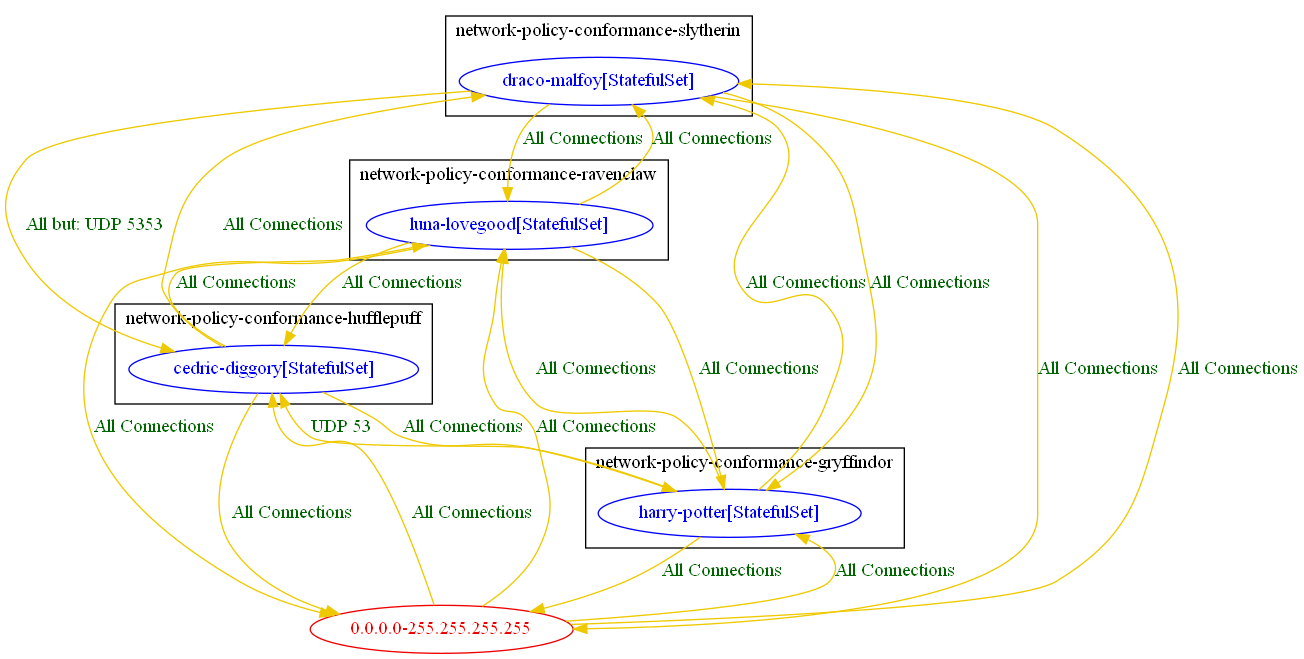
The Graphviz diagram test_outputs/connlist/anp_test_6_connlist_output.dot.png in np-guard/netpol-analyzer, before a commit. Its source is kept beside it as test_outputs/connlist/anp_test_6_connlist_output.dot. Its diagram source:
```dot
digraph {
	subgraph cluster_network_policy_conformance_gryffindor {
		"network-policy-conformance-gryffindor/harry-potter[StatefulSet]" [label="harry-potter[StatefulSet]" color="blue" fontcolor="blue"]
		label="network-policy-conformance-gryffindor"
	}
	subgraph cluster_network_policy_conformance_hufflepuff {
		"network-policy-conformance-hufflepuff/cedric-diggory[StatefulSet]" [label="cedric-diggory[StatefulSet]" color="blue" fontcolor="blue"]
		label="network-policy-conformance-hufflepuff"
	}
	subgraph cluster_network_policy_conformance_ravenclaw {
		"network-policy-conformance-ravenclaw/luna-lovegood[StatefulSet]" [label="luna-lovegood[StatefulSet]" color="blue" fontcolor="blue"]
		label="network-policy-conformance-ravenclaw"
	}
	subgraph cluster_network_policy_conformance_slytherin {
		"network-policy-conformance-slytherin/draco-malfoy[StatefulSet]" [label="draco-malfoy[StatefulSet]" color="blue" fontcolor="blue"]
		label="network-policy-conformance-slytherin"
	}
	"0.0.0.0-255.255.255.255" [label="0.0.0.0-255.255.255.255" color="red2" fontcolor="red2"]
	"0.0.0.0-255.255.255.255" -> "network-policy-conformance-gryffindor/harry-potter[StatefulSet]" [label="All Connections" color="gold2" fontcolor="darkgreen" weight=0.5]
	"0.0.0.0-255.255.255.255" -> "network-policy-conformance-hufflepuff/cedric-diggory[StatefulSet]" [label="All Connections" color="gold2" fontcolor="darkgreen" weight=0.5]
	"0.0.0.0-255.255.255.255" -> "network-policy-conformance-ravenclaw/luna-lovegood[StatefulSet]" [label="All Connections" color="gold2" fontcolor="darkgreen" weight=0.5]
	"0.0.0.0-255.255.255.255" -> "network-policy-conformance-slytherin/draco-malfoy[StatefulSet]" [label="All Connections" color="gold2" fontcolor="darkgreen" weight=0.5]
	"network-policy-conformance-gryffindor/harry-potter[StatefulSet]" -> "0.0.0.0-255.255.255.255" [label="All Connections" color="gold2" fontcolor="darkgreen" weight=1]
	"network-policy-conformance-gryffindor/harry-potter[StatefulSet]" -> "network-policy-conformance-hufflepuff/cedric-diggory[StatefulSet]" [label="UDP 53" color="gold2" fontcolor="darkgreen" weight=0.5]
	"network-policy-conformance-gryffindor/harry-potter[StatefulSet]" -> "network-policy-conformance-ravenclaw/luna-lovegood[StatefulSet]" [label="All Connections" color="gold2" fontcolor="darkgreen" weight=0.5]
	"network-policy-conformance-gryffindor/harry-potter[StatefulSet]" -> "network-policy-conformance-slytherin/draco-malfoy[StatefulSet]" [label="All Connections" color="gold2" fontcolor="darkgreen" weight=0.5]
	"network-policy-conformance-hufflepuff/cedric-diggory[StatefulSet]" -> "0.0.0.0-255.255.255.255" [label="All Connections" color="gold2" fontcolor="darkgreen" weight=1]
	"network-policy-conformance-hufflepuff/cedric-diggory[StatefulSet]" -> "network-policy-conformance-gryffindor/harry-potter[StatefulSet]" [label="All Connections" color="gold2" fontcolor="darkgreen" weight=1]
	"network-policy-conformance-hufflepuff/cedric-diggory[StatefulSet]" -> "network-policy-conformance-ravenclaw/luna-lovegood[StatefulSet]" [label="All Connections" color="gold2" fontcolor="darkgreen" weight=0.5]
	"network-policy-conformance-hufflepuff/cedric-diggory[StatefulSet]" -> "network-policy-conformance-slytherin/draco-malfoy[StatefulSet]" [label="All Connections" color="gold2" fontcolor="darkgreen" weight=0.5]
	"network-policy-conformance-ravenclaw/luna-lovegood[StatefulSet]" -> "0.0.0.0-255.255.255.255" [label="All Connections" color="gold2" fontcolor="darkgreen" weight=1]
	"network-policy-conformance-ravenclaw/luna-lovegood[StatefulSet]" -> "network-policy-conformance-gryffindor/harry-potter[StatefulSet]" [label="All Connections" color="gold2" fontcolor="darkgreen" weight=1]
	"network-policy-conformance-ravenclaw/luna-lovegood[StatefulSet]" -> "network-policy-conformance-hufflepuff/cedric-diggory[StatefulSet]" [label="All Connections" color="gold2" fontcolor="darkgreen" weight=1]
	"network-policy-conformance-ravenclaw/luna-lovegood[StatefulSet]" -> "network-policy-conformance-slytherin/draco-malfoy[StatefulSet]" [label="All Connections" color="gold2" fontcolor="darkgreen" weight=0.5]
	"network-policy-conformance-slytherin/draco-malfoy[StatefulSet]" -> "0.0.0.0-255.255.255.255" [label="All Connections" color="gold2" fontcolor="darkgreen" weight=1]
	"network-policy-conformance-slytherin/draco-malfoy[StatefulSet]" -> "network-policy-conformance-gryffindor/harry-potter[StatefulSet]" [label="All Connections" color="gold2" fontcolor="darkgreen" weight=1]
	"network-policy-conformance-slytherin/draco-malfoy[StatefulSet]" -> "network-policy-conformance-hufflepuff/cedric-diggory[StatefulSet]" [label="All but: UDP 5353" color="gold2" fontcolor="darkgreen" weight=1]
	"network-policy-conformance-slytherin/draco-malfoy[StatefulSet]" -> "network-policy-conformance-ravenclaw/luna-lovegood[StatefulSet]" [label="All Connections" color="gold2" fontcolor="darkgreen" weight=1]
}
```
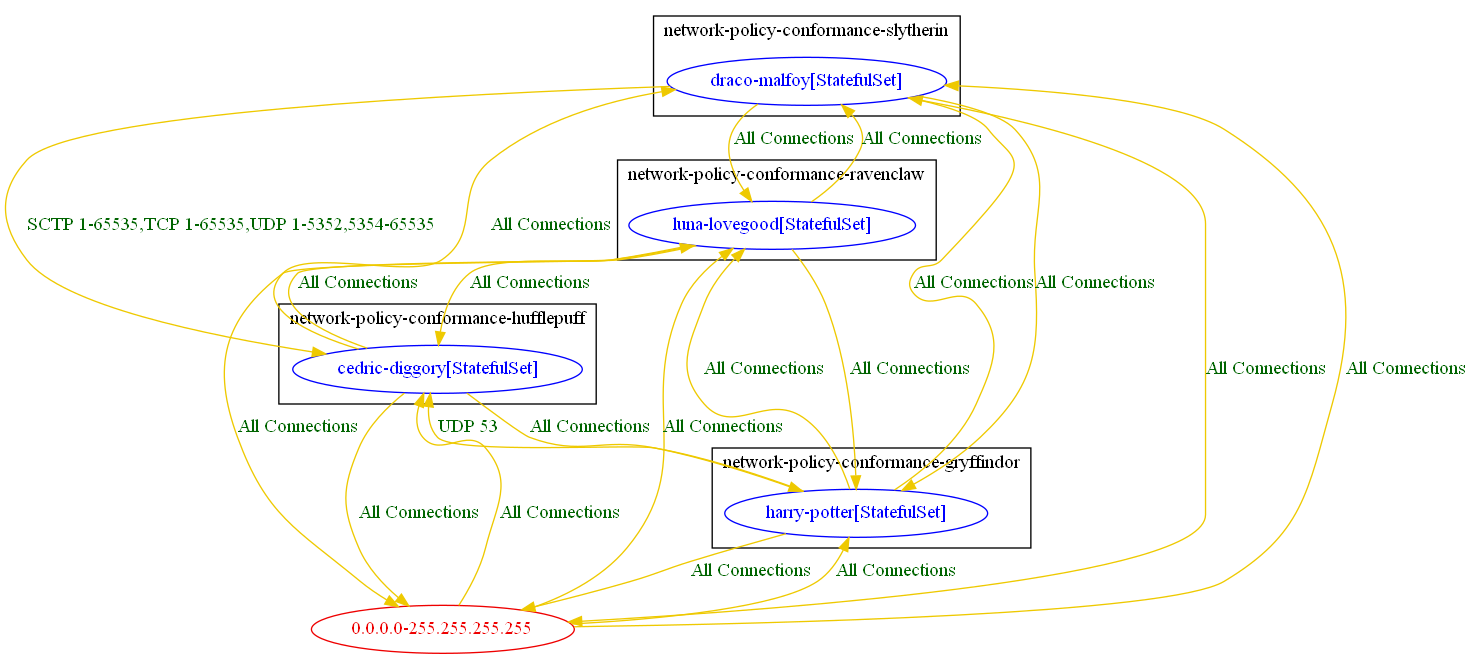
Later version of the same file.

The edit, as a diff of the source:
```diff
@@ -34,6 +34,6 @@
 	"network-policy-conformance-ravenclaw/luna-lovegood[StatefulSet]" -> "network-policy-conformance-slytherin/draco-malfoy[StatefulSet]" [label="All Connections" color="gold2" fontcolor="darkgreen" weight=0.5]
 	"network-policy-conformance-slytherin/draco-malfoy[StatefulSet]" -> "0.0.0.0-255.255.255.255" [label="All Connections" color="gold2" fontcolor="darkgreen" weight=1]
 	"network-policy-conformance-slytherin/draco-malfoy[StatefulSet]" -> "network-policy-conformance-gryffindor/harry-potter[StatefulSet]" [label="All Connections" color="gold2" fontcolor="darkgreen" weight=1]
-	"network-policy-conformance-slytherin/draco-malfoy[StatefulSet]" -> "network-policy-conformance-hufflepuff/cedric-diggory[StatefulSet]" [label="All but: UDP 5353" color="gold2" fontcolor="darkgreen" weight=1]
+	"network-policy-conformance-slytherin/draco-malfoy[StatefulSet]" -> "network-policy-conformance-hufflepuff/cedric-diggory[StatefulSet]" [label="SCTP 1-65535,TCP 1-65535,UDP 1-5352,5354-65535" color="gold2" fontcolor="darkgreen" weight=1]
 	"network-policy-conformance-slytherin/draco-malfoy[StatefulSet]" -> "network-policy-conformance-ravenclaw/luna-lovegood[StatefulSet]" [label="All Connections" color="gold2" fontcolor="darkgreen" weight=1]
 }
```
